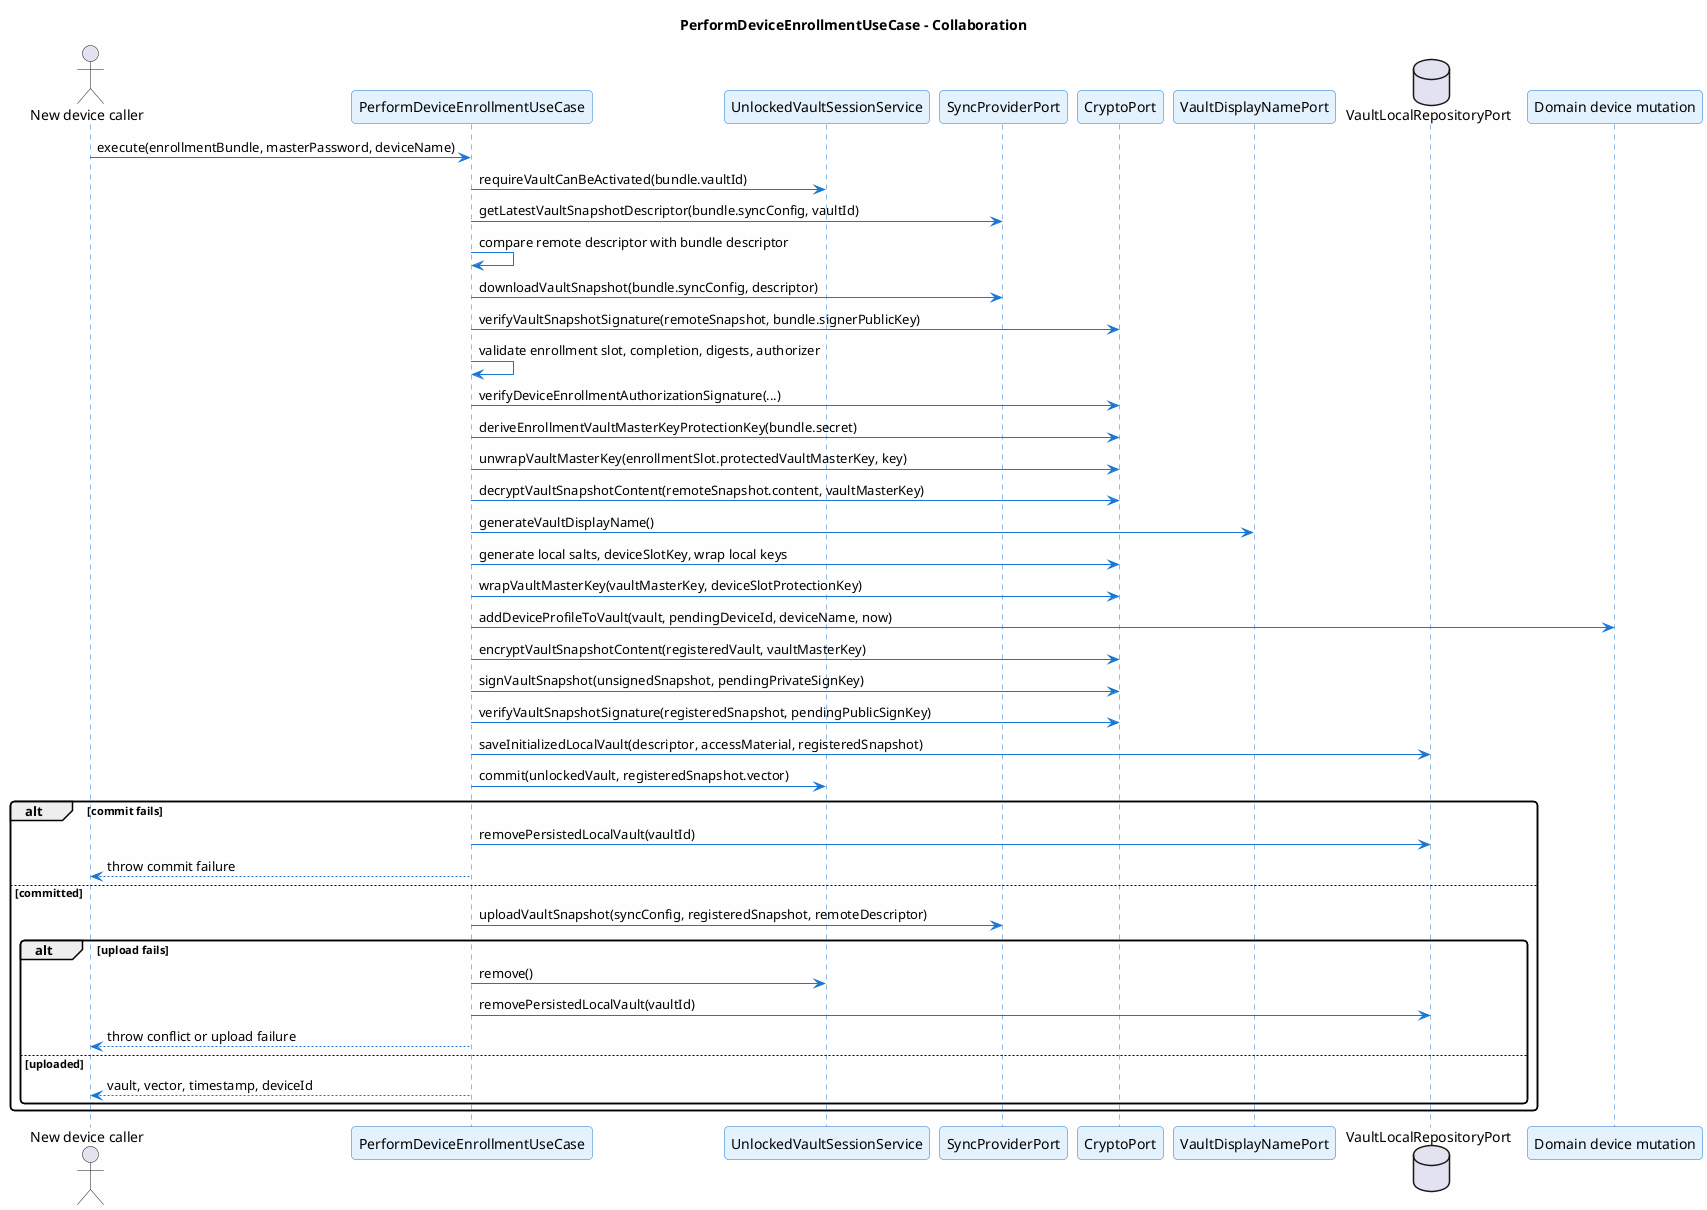
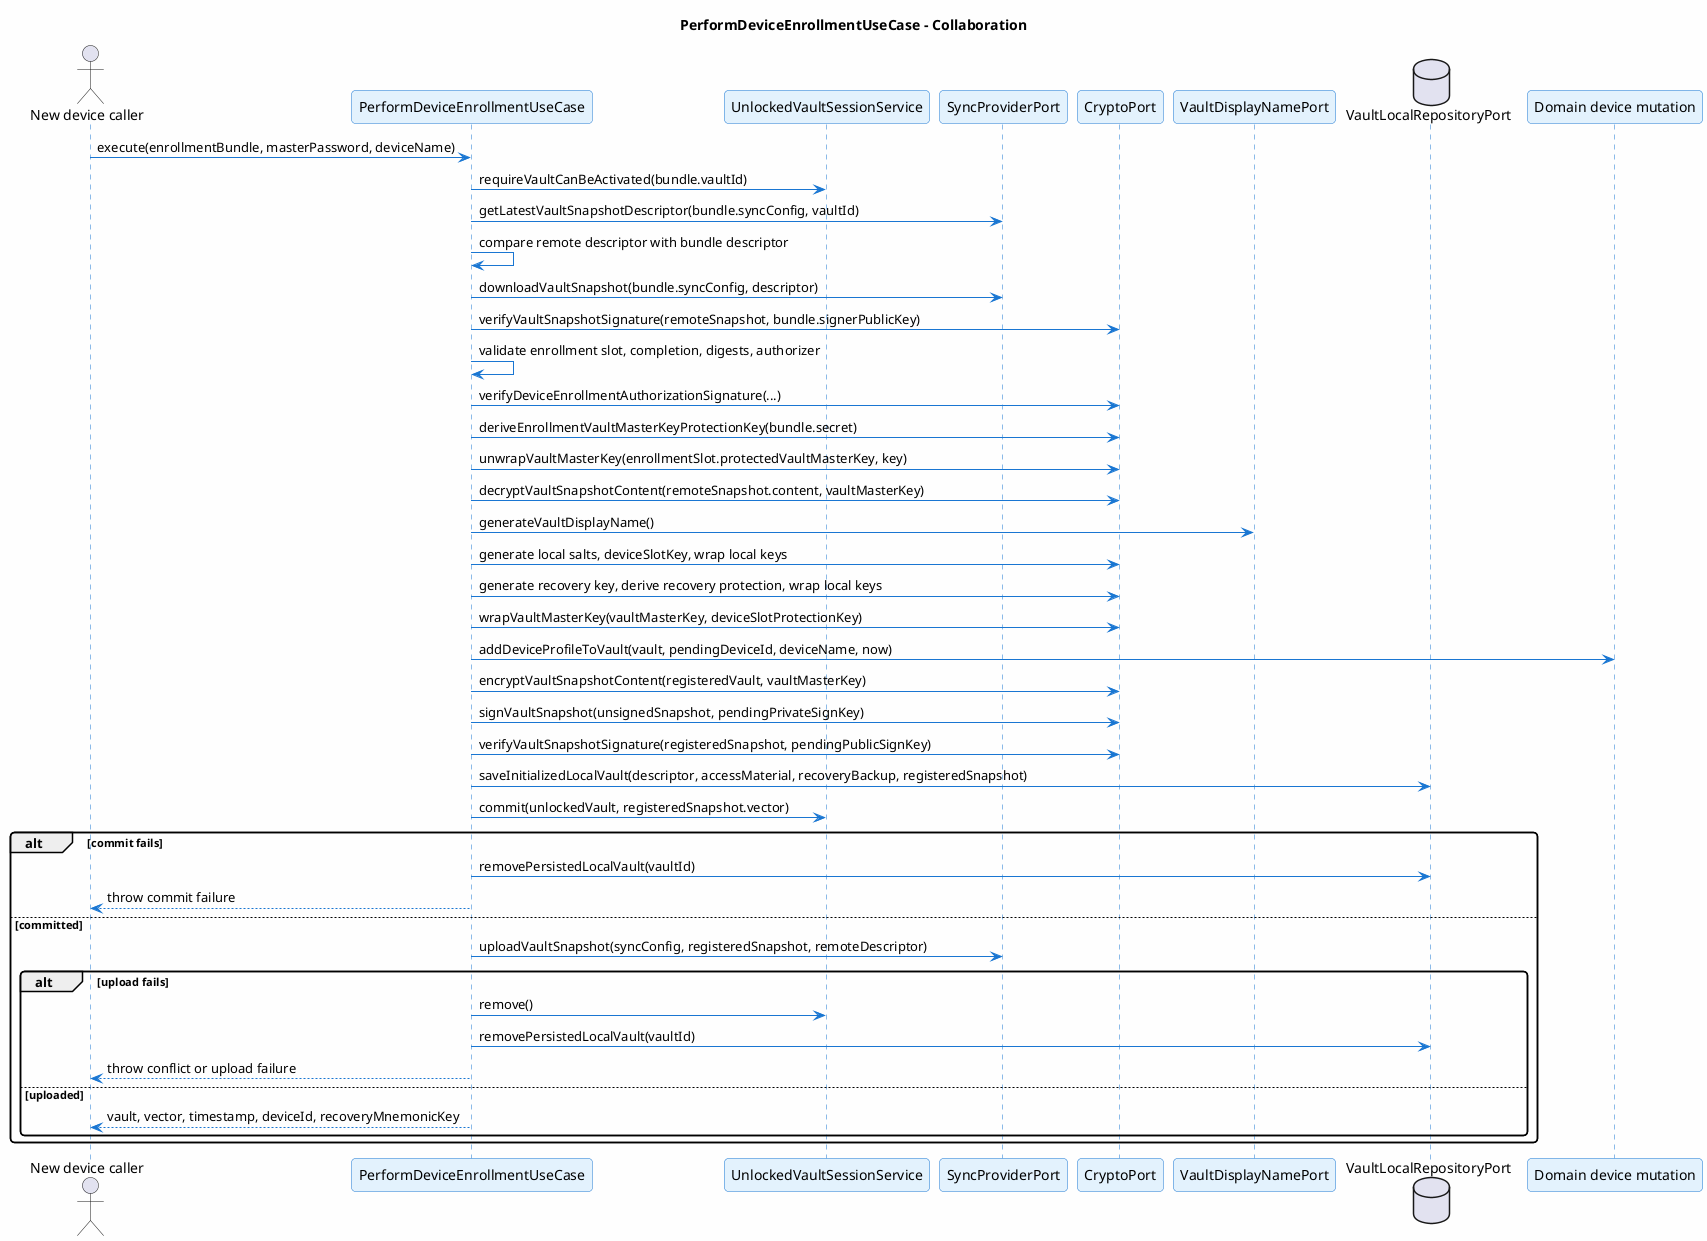
@startuml perform-device-enrollment-sequence
title PerformDeviceEnrollmentUseCase - Collaboration

skinparam backgroundColor #FEFEFE
skinparam roundcorner 8
skinparam shadowing false
skinparam sequence {
  ArrowColor #1976D2
  LifeLineBorderColor #1976D2
  ParticipantBackgroundColor #E3F2FD
  ParticipantBorderColor #1976D2
}

actor "New device caller" as Caller
participant "PerformDeviceEnrollmentUseCase" as UC
participant "UnlockedVaultSessionService" as Session
participant "SyncProviderPort" as Sync
participant "CryptoPort" as Crypto
participant "VaultDisplayNamePort" as Names
database "VaultLocalRepositoryPort" as LocalRepo
participant "Domain device mutation" as Domain

Caller -> UC : execute(enrollmentBundle, masterPassword, deviceName)
UC -> Session : requireVaultCanBeActivated(bundle.vaultId)
UC -> Sync : getLatestVaultSnapshotDescriptor(bundle.syncConfig, vaultId)
UC -> UC : compare remote descriptor with bundle descriptor
UC -> Sync : downloadVaultSnapshot(bundle.syncConfig, descriptor)
UC -> Crypto : verifyVaultSnapshotSignature(remoteSnapshot, bundle.signerPublicKey)
UC -> UC : validate enrollment slot, completion, digests, authorizer
UC -> Crypto : verifyDeviceEnrollmentAuthorizationSignature(...)
UC -> Crypto : deriveEnrollmentVaultMasterKeyProtectionKey(bundle.secret)
UC -> Crypto : unwrapVaultMasterKey(enrollmentSlot.protectedVaultMasterKey, key)
UC -> Crypto : decryptVaultSnapshotContent(remoteSnapshot.content, vaultMasterKey)
UC -> Names : generateVaultDisplayName()
UC -> Crypto : generate local salts, deviceSlotKey, wrap local keys
+ UC -> Crypto : generate recovery key, derive recovery protection, wrap local keys
UC -> Crypto : wrapVaultMasterKey(vaultMasterKey, deviceSlotProtectionKey)
UC -> Domain : addDeviceProfileToVault(vault, pendingDeviceId, deviceName, now)
UC -> Crypto : encryptVaultSnapshotContent(registeredVault, vaultMasterKey)
UC -> Crypto : signVaultSnapshot(unsignedSnapshot, pendingPrivateSignKey)
UC -> Crypto : verifyVaultSnapshotSignature(registeredSnapshot, pendingPublicSignKey)
- UC -> LocalRepo : saveInitializedLocalVault(descriptor, accessMaterial, registeredSnapshot)
+ UC -> LocalRepo : saveInitializedLocalVault(descriptor, accessMaterial, recoveryBackup, registeredSnapshot)
UC -> Session : commit(unlockedVault, registeredSnapshot.vector)
alt commit fails
  UC -> LocalRepo : removePersistedLocalVault(vaultId)
  UC --> Caller : throw commit failure
else committed
  UC -> Sync : uploadVaultSnapshot(syncConfig, registeredSnapshot, remoteDescriptor)
  alt upload fails
    UC -> Session : remove()
    UC -> LocalRepo : removePersistedLocalVault(vaultId)
    UC --> Caller : throw conflict or upload failure
  else uploaded
-     UC --> Caller : vault, vector, timestamp, deviceId
+     UC --> Caller : vault, vector, timestamp, deviceId, recoveryMnemonicKey
  end
end

@enduml
